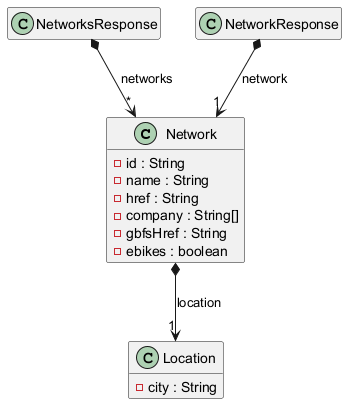
isunican/App-Bicis-Grupo3 keeps this PlantUML diagram as Docs/Models/domain.png. Above is the earlier version.
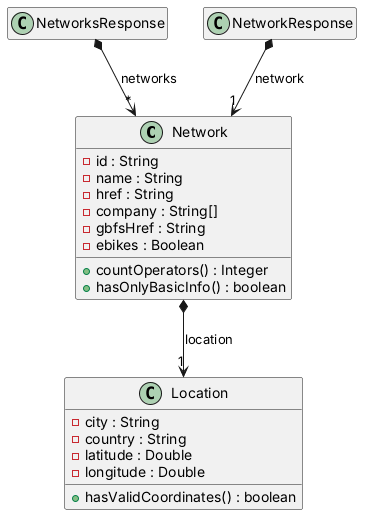
Above is the later version.

Commit message:
Actualizar diagrama de dominio con las coordenadas de Location

Diff of the diagram source:
```diff
@@ -8,11 +8,17 @@
     - href : String
     - company : String[]
     - gbfsHref : String
-    - ebikes : boolean
+    - ebikes : Boolean
+    + countOperators() : Integer
+    + hasOnlyBasicInfo() : boolean
 }
 
 class Location {
     - city : String
+    - country : String
+    - latitude : Double
+    - longitude : Double
+    + hasValidCoordinates() : boolean
 }
 
 class NetworksResponse {
```
